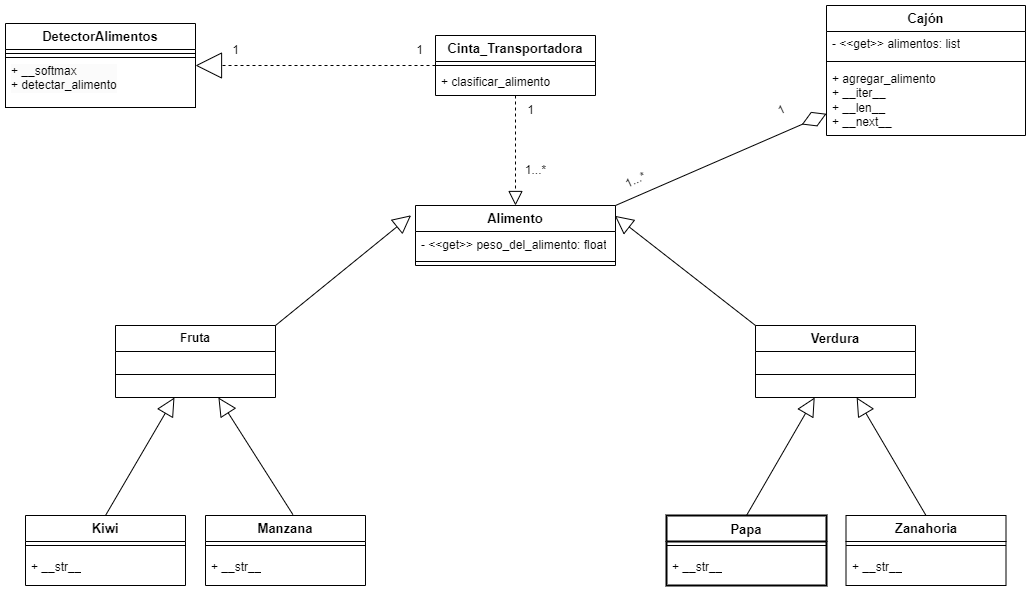
Before: TrabajoPractico_2/proyecto_2 Cinta Transportadora/docs/Diagrama TP2 parte 2.drawio.png, a diagram exported from draw.io (acaporizzo/PA_2024). Source tidied: cells renumbered, new cells last; positions are measured from the earlier drawing's top-left corner, leaving out a move shared by most shapes.
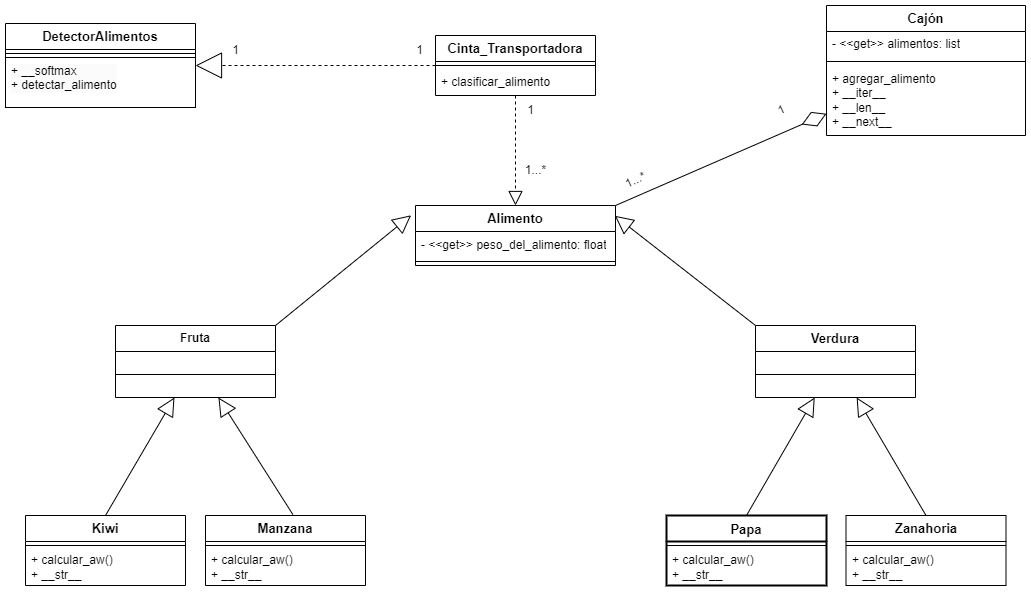
After the commit.

Commit message:
corregí los tests, ahora hay cobertura de 83% y el uml está terminado también. Falta revisar

Diff of the diagram source:
```diff
@@ -58,7 +58,7 @@
     <mxCell id="19" style="line;strokeWidth=1;fillColor=none;align=left;verticalAlign=middle;spacingTop=-1;spacingLeft=3;spacingRight=3;labelPosition=right;strokeColor=inherit;swimlaneLine=1;" parent="18" vertex="1">
       <mxGeometry y="26" width="160" height="8" as="geometry" />
     </mxCell>
-    <mxCell id="20" value="+ __str__" style="text;strokeColor=none;fillColor=none;align=left;verticalAlign=middle;spacingLeft=4;spacingRight=4;overflow=hidden;whiteSpace=wrap;html=1;swimlaneLine=1;" parent="18" vertex="1">
+    <mxCell id="20" value="&lt;div&gt;&lt;div&gt;+&amp;nbsp;calcular_aw()&lt;/div&gt;&lt;/div&gt;+ __str__" style="text;strokeColor=none;fillColor=none;align=left;verticalAlign=middle;spacingLeft=4;spacingRight=4;overflow=hidden;whiteSpace=wrap;html=1;swimlaneLine=1;" parent="18" vertex="1">
       <mxGeometry y="34" width="160" height="36" as="geometry" />
     </mxCell>
     <mxCell id="21" value="&lt;font style=&quot;font-size: 13px;&quot;&gt;Kiwi&lt;/font&gt;" style="swimlane;fontStyle=1;align=center;verticalAlign=middle;horizontal=1;startSize=26;whiteSpace=wrap;html=1;fillColor=none;strokeColor=default;swimlaneLine=1;" parent="1" vertex="1">
@@ -67,7 +67,7 @@
     <mxCell id="22" style="line;strokeWidth=1;fillColor=none;align=left;verticalAlign=middle;spacingTop=-1;spacingLeft=3;spacingRight=3;labelPosition=right;strokeColor=inherit;swimlaneLine=1;" parent="21" vertex="1">
       <mxGeometry y="26" width="160" height="8" as="geometry" />
     </mxCell>
-    <mxCell id="23" value="+ __str__" style="text;strokeColor=none;fillColor=none;align=left;verticalAlign=middle;spacingLeft=4;spacingRight=4;overflow=hidden;whiteSpace=wrap;html=1;swimlaneLine=1;" parent="21" vertex="1">
+    <mxCell id="23" value="&lt;div&gt;+&amp;nbsp;calcular_aw()&lt;/div&gt;+ __str__" style="text;strokeColor=none;fillColor=none;align=left;verticalAlign=middle;spacingLeft=4;spacingRight=4;overflow=hidden;whiteSpace=wrap;html=1;swimlaneLine=1;" parent="21" vertex="1">
       <mxGeometry y="34" width="160" height="36" as="geometry" />
     </mxCell>
     <mxCell id="24" value="&lt;font style=&quot;font-size: 13px;&quot;&gt;Papa&lt;/font&gt;" style="swimlane;fontStyle=1;align=center;verticalAlign=top;horizontal=1;startSize=26;whiteSpace=wrap;html=1;fillColor=none;strokeColor=default;strokeWidth=2;swimlaneLine=1;" parent="1" vertex="1">
@@ -76,7 +76,7 @@
     <mxCell id="25" style="line;strokeWidth=1;fillColor=none;align=left;verticalAlign=middle;spacingTop=-1;spacingLeft=3;spacingRight=3;labelPosition=right;strokeColor=inherit;swimlaneLine=1;" parent="24" vertex="1">
       <mxGeometry y="26" width="160" height="8" as="geometry" />
     </mxCell>
-    <mxCell id="26" value="+ __str__" style="text;strokeColor=none;fillColor=none;align=left;verticalAlign=middle;spacingLeft=4;spacingRight=4;overflow=hidden;whiteSpace=wrap;html=1;swimlaneLine=1;" parent="24" vertex="1">
+    <mxCell id="26" value="&lt;div&gt;&lt;div&gt;+&amp;nbsp;calcular_aw()&lt;/div&gt;&lt;/div&gt;+ __str__" style="text;strokeColor=none;fillColor=none;align=left;verticalAlign=middle;spacingLeft=4;spacingRight=4;overflow=hidden;whiteSpace=wrap;html=1;swimlaneLine=1;" parent="24" vertex="1">
       <mxGeometry y="34" width="160" height="36" as="geometry" />
     </mxCell>
     <mxCell id="27" value="&lt;font style=&quot;font-size: 13px;&quot;&gt;Zanahoria&lt;/font&gt;" style="swimlane;fontStyle=1;align=center;verticalAlign=middle;horizontal=1;startSize=26;whiteSpace=wrap;html=1;fillColor=none;strokeColor=default;swimlaneLine=1;" parent="1" vertex="1">
@@ -85,7 +85,7 @@
     <mxCell id="28" style="line;strokeWidth=1;fillColor=none;align=left;verticalAlign=middle;spacingTop=-1;spacingLeft=3;spacingRight=3;labelPosition=right;strokeColor=inherit;swimlaneLine=1;" parent="27" vertex="1">
       <mxGeometry y="26" width="160" height="8" as="geometry" />
     </mxCell>
-    <mxCell id="29" value="+ __str__" style="text;strokeColor=none;fillColor=none;align=left;verticalAlign=middle;spacingLeft=4;spacingRight=4;overflow=hidden;whiteSpace=wrap;html=1;swimlaneLine=1;" parent="27" vertex="1">
+    <mxCell id="29" value="&lt;div&gt;&lt;div&gt;+&amp;nbsp;calcular_aw()&lt;/div&gt;&lt;/div&gt;+ __str__" style="text;strokeColor=none;fillColor=none;align=left;verticalAlign=middle;spacingLeft=4;spacingRight=4;overflow=hidden;whiteSpace=wrap;html=1;swimlaneLine=1;" parent="27" vertex="1">
       <mxGeometry y="34" width="160" height="36" as="geometry" />
     </mxCell>
     <mxCell id="30" style="endArrow=block;endSize=16;endFill=0;html=1;rounded=0;entryX=0.997;entryY=0.172;entryDx=0;entryDy=0;entryPerimeter=0;exitX=0;exitY=0;exitDx=0;exitDy=0;swimlaneLine=1;" parent="1" edge="1" source="14" target="2">
```
